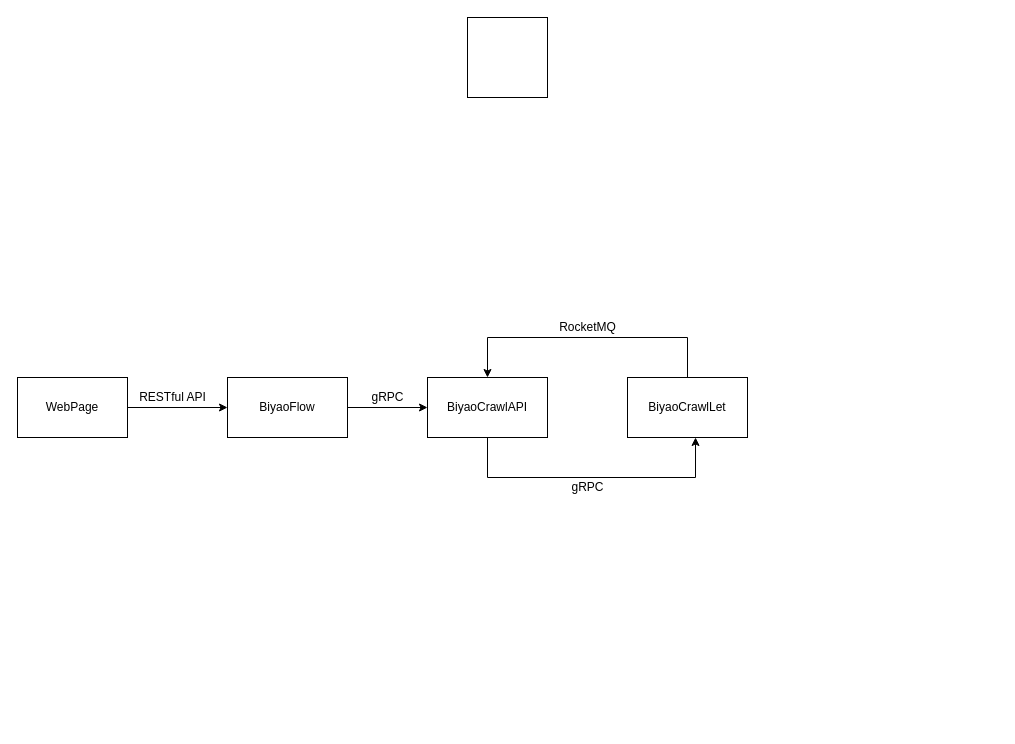
Earlier version of the draw.io diagram Untitled Diagram.drawio (fovegage/argocd-lab). Source tidied: cells renumbered, new cells numbered last; positions are measured from the earlier drawing's top-left corner, leaving out a move shared by most shapes. Both pictures are drawn from the tidied source at 100%, with x=0, y=0 at pixel (17, 17).
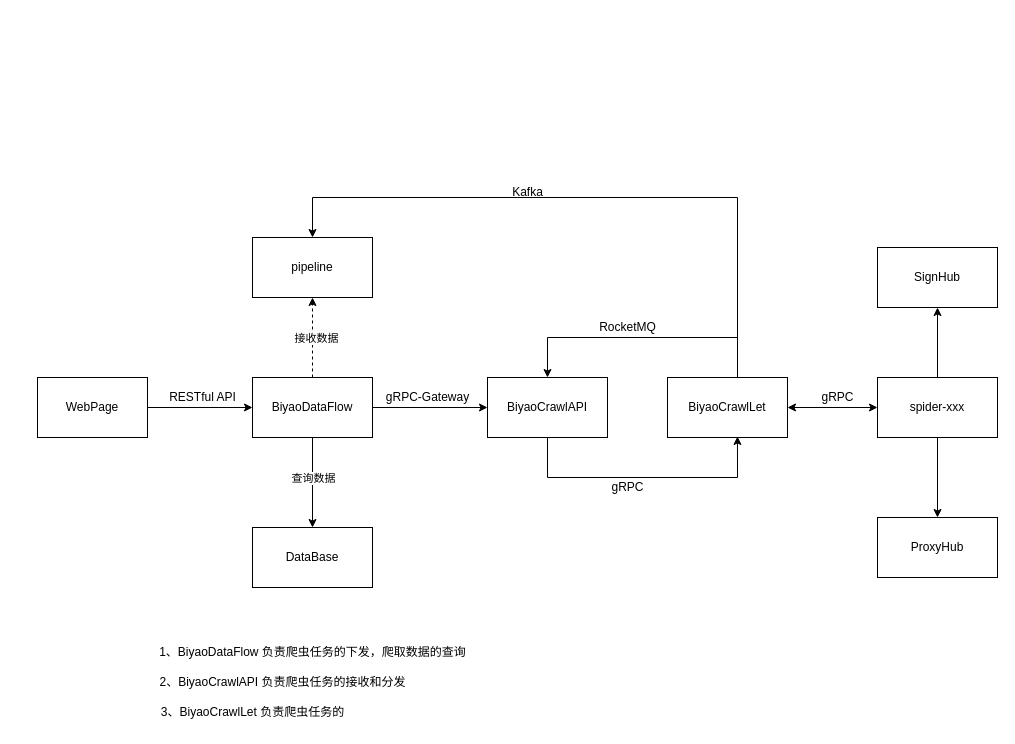
Above is the later version.

The edit, as a diff of the source:
```diff
@@
-    <mxCell id="2" style="whiteSpace=wrap;html=1;" parent="1" vertex="1">
-      <mxGeometry x="450" width="80" height="80" as="geometry" />
-    </mxCell>
@@
     <mxCell id="4" value="WebPage" style="rounded=0;whiteSpace=wrap;html=1;" parent="1" vertex="1">
-      <mxGeometry y="360" width="110" height="60" as="geometry" />
+      <mxGeometry x="20" y="360" width="110" height="60" as="geometry" />
     </mxCell>
@@
+    <mxCell id="15" style="edgeStyle=orthogonalEdgeStyle;rounded=0;jettySize=auto;html=1;entryX=0.5;entryY=0;entryDx=0;entryDy=0;" parent="1" edge="1" source="6" target="21">
+      <mxGeometry relative="1" as="geometry" />
+    </mxCell>
+    <mxCell id="16" value="查询数据" style="edgeLabel;html=1;align=center;verticalAlign=middle;" parent="15" vertex="1">
+      <mxGeometry x="-0.24" y="1" relative="1" as="geometry">
+        <mxPoint x="-1" y="6" as="offset" />
+      </mxGeometry>
+    </mxCell>
+    <mxCell id="17" style="edgeStyle=orthogonalEdgeStyle;rounded=0;jettySize=auto;html=1;dashed=1;" parent="1" edge="1" source="6" target="20">
+      <mxGeometry relative="1" as="geometry" />
+    </mxCell>
-    <mxCell id="6" value="BiyaoFlow" style="rounded=0;whiteSpace=wrap;html=1;" parent="1" vertex="1">
-      <mxGeometry x="210" y="360" width="120" height="60" as="geometry" />
+    <mxCell id="6" value="BiyaoDataFlow" style="rounded=0;whiteSpace=wrap;html=1;" parent="1" vertex="1">
+      <mxGeometry x="235" y="360" width="120" height="60" as="geometry" />
     </mxCell>
-    <mxCell id="7" style="edgeStyle=orthogonalEdgeStyle;rounded=0;jettySize=auto;html=1;entryX=0.567;entryY=1;entryDx=0;entryDy=0;entryPerimeter=0;" parent="1" edge="1" source="8" target="10">
+    <mxCell id="7" style="edgeStyle=orthogonalEdgeStyle;rounded=0;jettySize=auto;html=1;entryX=0.583;entryY=0.983;entryDx=0;entryDy=0;entryPerimeter=0;" parent="1" edge="1" source="8" target="10">
       <mxGeometry relative="1" as="geometry">
         <Array as="points">
-          <mxPoint x="470" y="460" />
-          <mxPoint x="678" y="460" />
+          <mxPoint x="530" y="460" />
+          <mxPoint x="720" y="460" />
         </Array>
       </mxGeometry>
     </mxCell>
     <mxCell id="8" value="BiyaoCrawlAPI" style="rounded=0;whiteSpace=wrap;html=1;" parent="1" vertex="1">
-      <mxGeometry x="410" y="360" width="120" height="60" as="geometry" />
+      <mxGeometry x="470" y="360" width="120" height="60" as="geometry" />
     </mxCell>
     <mxCell id="9" style="edgeStyle=orthogonalEdgeStyle;rounded=0;jettySize=auto;html=1;entryX=0.5;entryY=0;entryDx=0;entryDy=0;" parent="1" edge="1" source="10" target="8">
       <mxGeometry relative="1" as="geometry">
         <Array as="points">
-          <mxPoint x="670" y="320" />
-          <mxPoint x="470" y="320" />
+          <mxPoint x="720" y="320" />
+          <mxPoint x="530" y="320" />
         </Array>
       </mxGeometry>
     </mxCell>
+    <mxCell id="18" style="edgeStyle=orthogonalEdgeStyle;rounded=0;jettySize=auto;html=1;entryX=0.5;entryY=0;entryDx=0;entryDy=0;" parent="1" edge="1" source="10" target="20">
+      <mxGeometry relative="1" as="geometry">
+        <Array as="points">
+          <mxPoint x="720" y="180" />
+          <mxPoint x="295" y="180" />
+        </Array>
+      </mxGeometry>
+    </mxCell>
     <mxCell id="10" value="BiyaoCrawlLet" style="rounded=0;whiteSpace=wrap;html=1;" parent="1" vertex="1">
-      <mxGeometry x="610" y="360" width="120" height="60" as="geometry" />
+      <mxGeometry x="650" y="360" width="120" height="60" as="geometry" />
     </mxCell>
     <mxCell id="11" value="RocketMQ" style="text;html=1;align=center;verticalAlign=middle;strokeColor=none;fillColor=none;" parent="1" vertex="1">
-      <mxGeometry x="530" y="295" width="80" height="30" as="geometry" />
+      <mxGeometry x="570" y="295" width="80" height="30" as="geometry" />
     </mxCell>
     <mxCell id="12" value="gRPC" style="text;html=1;align=center;verticalAlign=middle;strokeColor=none;fillColor=none;" parent="1" vertex="1">
-      <mxGeometry x="540" y="455" width="60" height="30" as="geometry" />
+      <mxGeometry x="580" y="455" width="60" height="30" as="geometry" />
     </mxCell>
-    <mxCell id="13" value="gRPC" style="text;html=1;align=center;verticalAlign=middle;strokeColor=none;fillColor=none;" parent="1" vertex="1">
-      <mxGeometry x="340" y="365" width="60" height="30" as="geometry" />
+    <mxCell id="13" value="gRPC-Gateway" style="text;html=1;align=center;verticalAlign=middle;strokeColor=none;fillColor=none;" parent="1" vertex="1">
+      <mxGeometry x="355" y="365" width="110" height="30" as="geometry" />
     </mxCell>
     <mxCell id="14" value="RESTful API" style="text;html=1;align=center;verticalAlign=middle;strokeColor=none;fillColor=none;" parent="1" vertex="1">
-      <mxGeometry x="110" y="365" width="90" height="30" as="geometry" />
+      <mxGeometry x="140" y="365" width="90" height="30" as="geometry" />
     </mxCell>
+    <mxCell id="19" value="Kafka" style="text;html=1;align=center;verticalAlign=middle;strokeColor=none;fillColor=none;" parent="1" vertex="1">
+      <mxGeometry x="485" y="160" width="50" height="30" as="geometry" />
+    </mxCell>
+    <mxCell id="20" value="pipeline" style="rounded=0;whiteSpace=wrap;html=1;" parent="1" vertex="1">
+      <mxGeometry x="235" y="220" width="120" height="60" as="geometry" />
+    </mxCell>
+    <mxCell id="21" value="DataBase" style="rounded=0;whiteSpace=wrap;html=1;" parent="1" vertex="1">
+      <mxGeometry x="235" y="510" width="120" height="60" as="geometry" />
+    </mxCell>
+    <mxCell id="22" value="接收数据" style="edgeLabel;html=1;align=center;verticalAlign=middle;" parent="1" vertex="1">
+      <mxGeometry x="210" y="350" as="geometry">
+        <mxPoint x="88" y="-30" as="offset" />
+      </mxGeometry>
+    </mxCell>
+    <mxCell id="23" style="edgeStyle=orthogonalEdgeStyle;rounded=0;jettySize=auto;html=1;" parent="1" edge="1" source="25" target="27">
+      <mxGeometry relative="1" as="geometry" />
+    </mxCell>
+    <mxCell id="24" style="edgeStyle=orthogonalEdgeStyle;rounded=0;jettySize=auto;html=1;" parent="1" edge="1" source="25" target="28">
+      <mxGeometry relative="1" as="geometry" />
+    </mxCell>
+    <mxCell id="25" value="spider-xxx" style="rounded=0;whiteSpace=wrap;html=1;" parent="1" vertex="1">
+      <mxGeometry x="860" y="360" width="120" height="60" as="geometry" />
+    </mxCell>
+    <mxCell id="26" style="endArrow=classic;startArrow=classic;html=1;rounded=0;entryX=0;entryY=0.5;entryDx=0;entryDy=0;exitX=1;exitY=0.5;exitDx=0;exitDy=0;" parent="1" edge="1" source="10" target="25">
+      <mxGeometry relative="1" as="geometry" />
+    </mxCell>
+    <mxCell id="27" value="SignHub" style="rounded=0;whiteSpace=wrap;html=1;" parent="1" vertex="1">
+      <mxGeometry x="860" y="230" width="120" height="60" as="geometry" />
+    </mxCell>
+    <mxCell id="28" value="ProxyHub" style="rounded=0;whiteSpace=wrap;html=1;" parent="1" vertex="1">
+      <mxGeometry x="860" y="500" width="120" height="60" as="geometry" />
+    </mxCell>
+    <mxCell id="29" value="gRPC" style="text;html=1;align=center;verticalAlign=middle;strokeColor=none;fillColor=none;" parent="1" vertex="1">
+      <mxGeometry x="790" y="365" width="60" height="30" as="geometry" />
+    </mxCell>
+    <mxCell id="30" value="1、BiyaoDataFlow 负责爬虫任务的下发，爬取数据的查询" style="text;html=1;align=center;verticalAlign=middle;strokeColor=none;fillColor=none;" parent="1" vertex="1">
+      <mxGeometry x="130" y="620" width="330" height="30" as="geometry" />
+    </mxCell>
+    <mxCell id="31" value="2、BiyaoCrawlAPI 负责爬虫任务的接收和分发" style="text;html=1;align=center;verticalAlign=middle;strokeColor=none;fillColor=none;" parent="1" vertex="1">
+      <mxGeometry x="130" y="650" width="270" height="30" as="geometry" />
+    </mxCell>
+    <mxCell id="32" value="3、BiyaoCrawlLet 负责爬虫任务的" style="text;html=1;align=center;verticalAlign=middle;strokeColor=none;fillColor=none;" parent="1" vertex="1">
+      <mxGeometry x="130" y="680" width="210" height="30" as="geometry" />
+    </mxCell>
```
